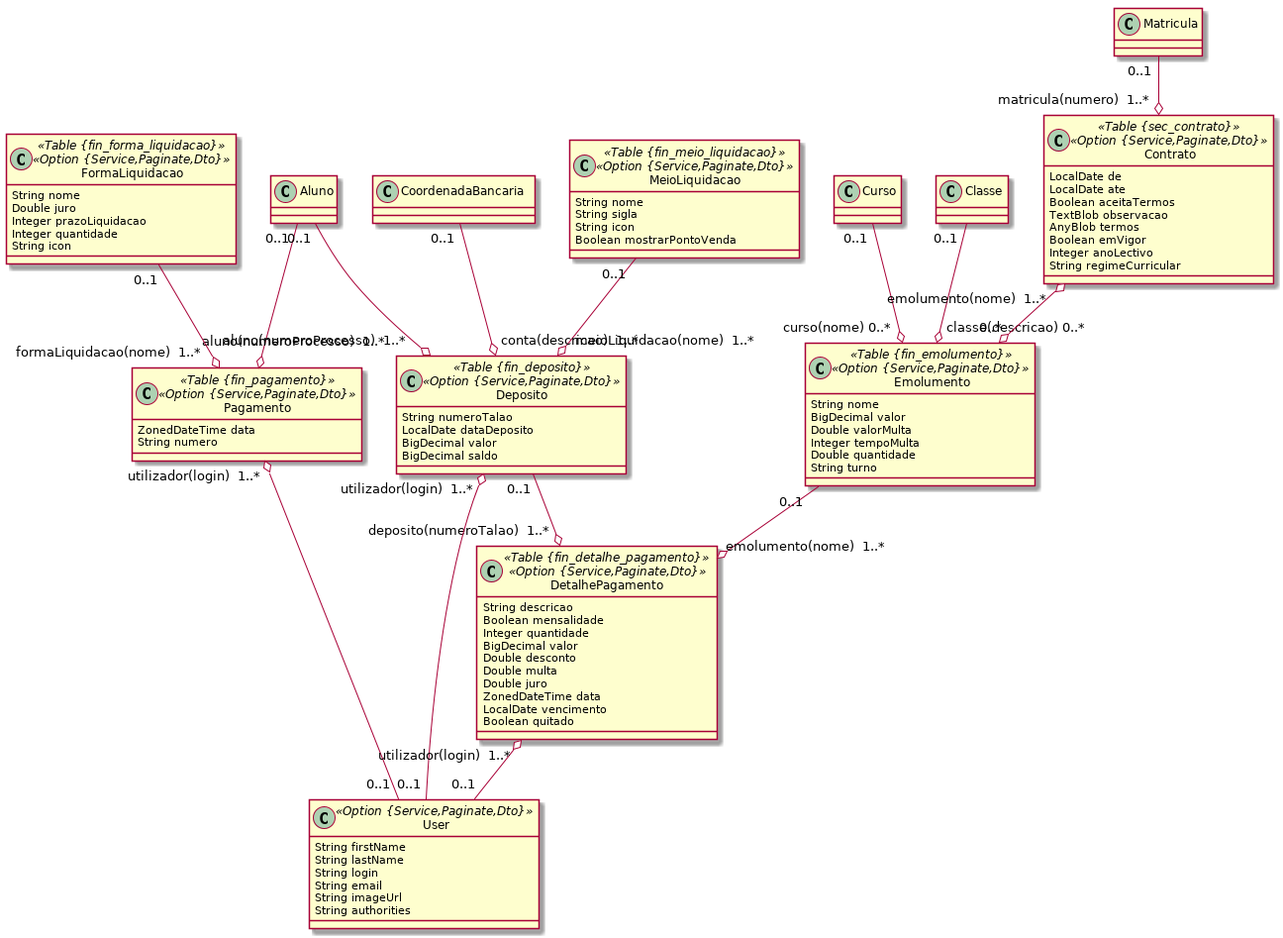
This is domain-ensino/4tesouraria.png from ravunana/manda-ensino, a PlantUML export, as it was before one commit.
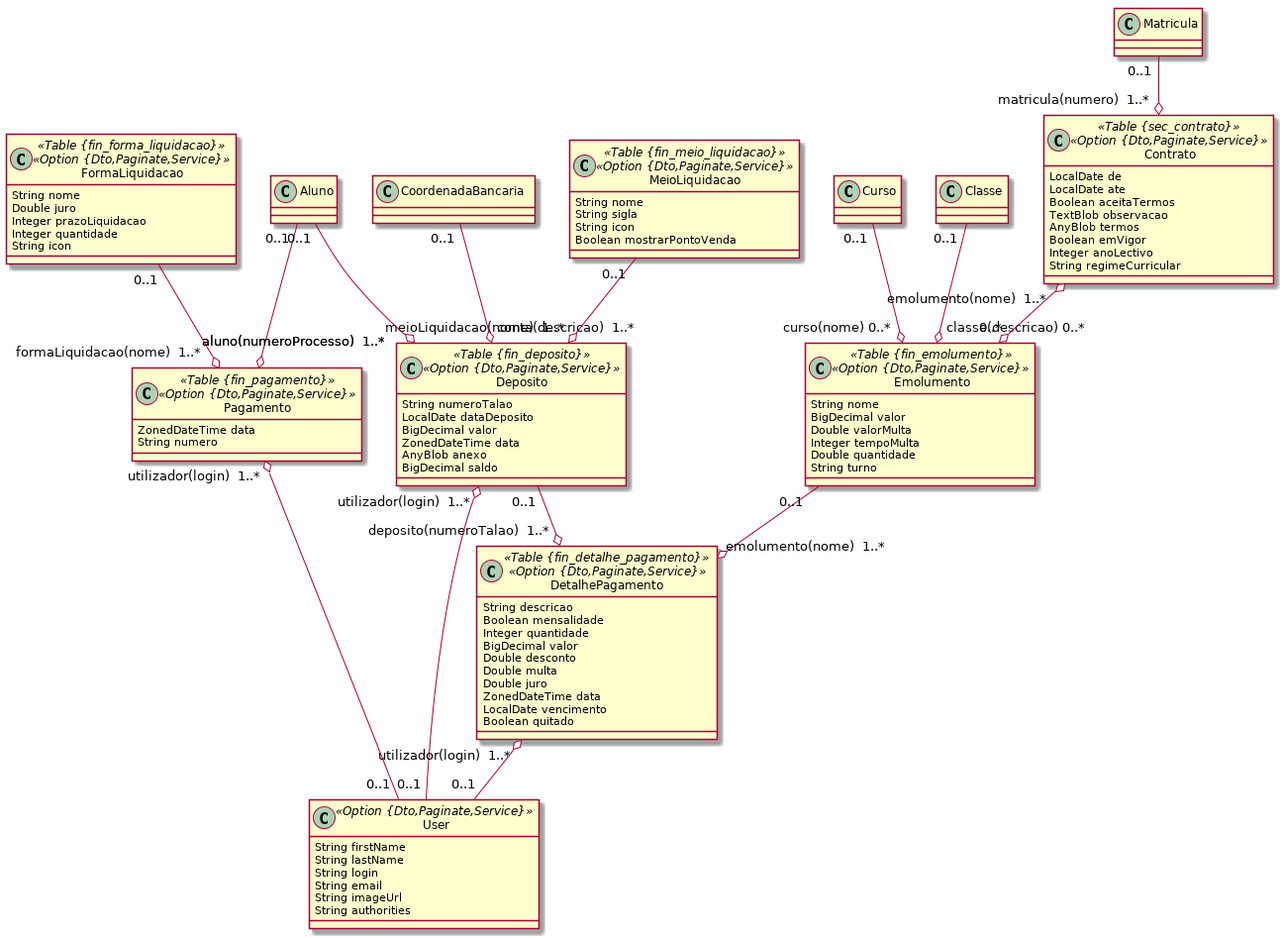
The same diagram one commit later.

Commit message:
deposito customizado

Change to the diagram source:
```diff
@@ -1,6 +1,6 @@
 @startuml
 	!pragma syntax class
-	class Emolumento <<Table {fin_emolumento}>><<Option {Service,Paginate,Dto}>> {
+	class Emolumento <<Table {fin_emolumento}>><<Option {Dto,Paginate,Service}>> {
 		String nome
 		BigDecimal valor
 		Double valorMulta
@@ -8,30 +8,32 @@
 		Double quantidade
 		String turno
 	}
-	class Deposito <<Table {fin_deposito}>><<Option {Service,Paginate,Dto}>> {
+	class Deposito <<Table {fin_deposito}>><<Option {Dto,Paginate,Service}>> {
 		String numeroTalao
 		LocalDate dataDeposito
 		BigDecimal valor
+		ZonedDateTime data
+		AnyBlob anexo
 		BigDecimal saldo
 	}
-	class FormaLiquidacao <<Table {fin_forma_liquidacao}>><<Option {Service,Paginate,Dto}>> {
+	class FormaLiquidacao <<Table {fin_forma_liquidacao}>><<Option {Dto,Paginate,Service}>> {
 		String nome
 		Double juro
 		Integer prazoLiquidacao
 		Integer quantidade
 		String icon
 	}
-	class MeioLiquidacao <<Table {fin_meio_liquidacao}>><<Option {Service,Paginate,Dto}>> {
+	class MeioLiquidacao <<Table {fin_meio_liquidacao}>><<Option {Dto,Paginate,Service}>> {
 		String nome
 		String sigla
 		String icon
 		Boolean mostrarPontoVenda
 	}
-	class Pagamento <<Table {fin_pagamento}>><<Option {Service,Paginate,Dto}>> {
+	class Pagamento <<Table {fin_pagamento}>><<Option {Dto,Paginate,Service}>> {
 		ZonedDateTime data
 		String numero
 	}
-	class DetalhePagamento <<Table {fin_detalhe_pagamento}>><<Option {Service,Paginate,Dto}>> {
+	class DetalhePagamento <<Table {fin_detalhe_pagamento}>><<Option {Dto,Paginate,Service}>> {
 		String descricao
 		Boolean mensalidade
 		Integer quantidade
@@ -43,7 +45,7 @@
 		LocalDate vencimento
 		Boolean quitado
 	}
-	class Contrato <<Table {sec_contrato}>><<Option {Service,Paginate,Dto}>> {
+	class Contrato <<Table {sec_contrato}>><<Option {Dto,Paginate,Service}>> {
 		LocalDate de
 		LocalDate ate
 		Boolean aceitaTermos
@@ -67,7 +69,7 @@
 	Pagamento  "utilizador(login)  1..* " o-- "0..1 "  User
 	DetalhePagamento  "utilizador(login)  1..* " o-- "0..1 "  User
 	Contrato  "emolumento(nome)  1..* " o--o "0..* "  Emolumento
-	class User <<Option {Service,Paginate,Dto}>> {
+	class User <<Option {Dto,Paginate,Service}>> {
 		String firstName
 		String lastName
 		String login
```
